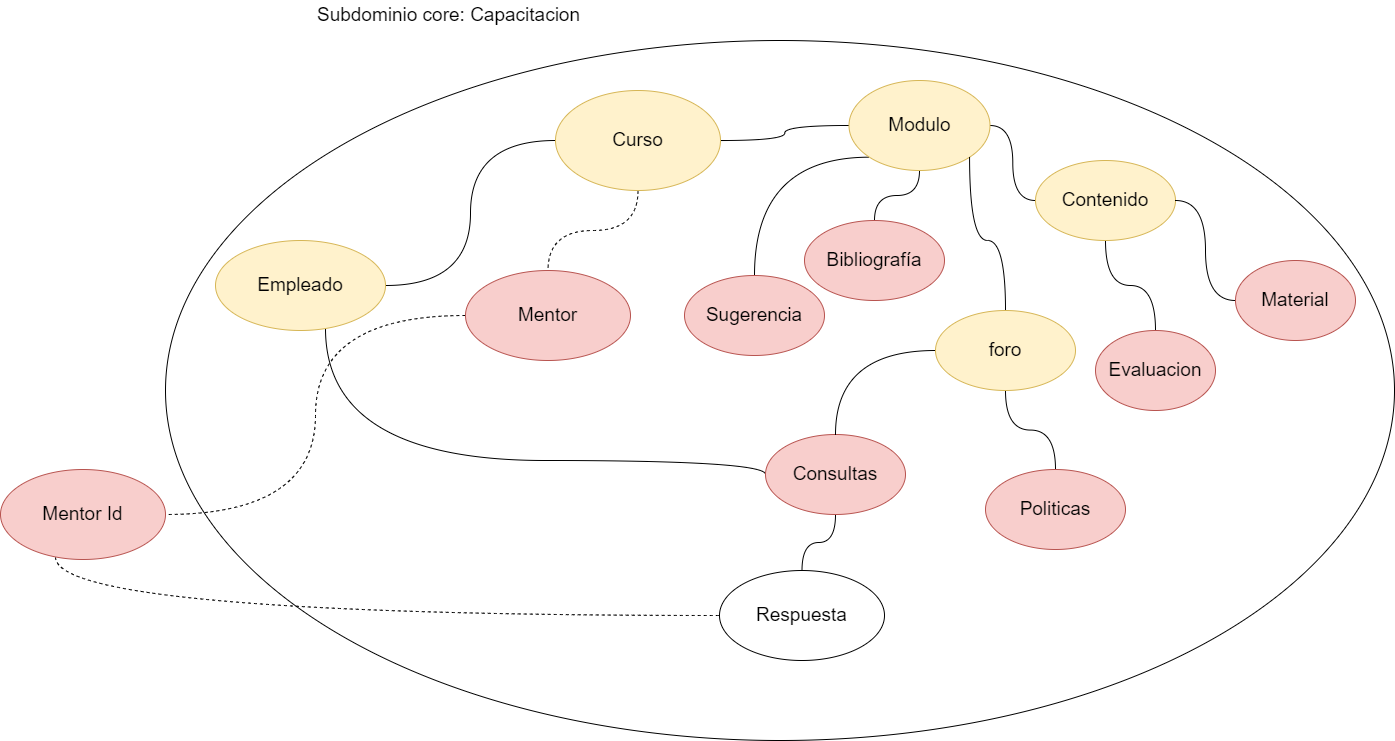
Before: diagramas/capitalhumano2.png, a diagram exported from draw.io (lechon1997/reto-final-ddd). Source tidied: cells renumbered, new cells last; positions are measured from the earlier drawing's top-left corner, leaving out a move shared by most shapes. Source of this version:
```xml
<mxGraphModel>
  <root>
    <mxCell id="0" />
    <mxCell id="1" parent="0" />
    <mxCell id="2" style="ellipse;whiteSpace=wrap;html=1;fontSize=19;" parent="1" vertex="1">
      <mxGeometry x="165" y="40" width="1229" height="700" as="geometry" />
    </mxCell>
    <mxCell id="3" value="Subdominio core: Capacitacion" style="text;html=1;align=center;verticalAlign=middle;strokeColor=none;fillColor=none;fontSize=19;" parent="1" vertex="1">
      <mxGeometry x="308" width="280" height="30" as="geometry" />
    </mxCell>
    <mxCell id="4" style="edgeStyle=orthogonalEdgeStyle;curved=1;rounded=0;jettySize=auto;html=1;entryX=1;entryY=0.5;entryDx=0;entryDy=0;dashed=1;endArrow=none;endFill=0;" parent="1" edge="1" source="5" target="31">
      <mxGeometry relative="1" as="geometry" />
    </mxCell>
    <mxCell id="5" value="Mentor" style="ellipse;whiteSpace=wrap;html=1;fontSize=19;fillColor=#f8cecc;strokeColor=#b85450;" parent="1" vertex="1">
      <mxGeometry x="465" y="270" width="165" height="90" as="geometry" />
    </mxCell>
    <mxCell id="6" style="edgeStyle=orthogonalEdgeStyle;curved=1;rounded=0;jettySize=auto;html=1;entryX=0;entryY=0.5;entryDx=0;entryDy=0;fontSize=19;endArrow=none;endFill=0;" parent="1" edge="1" source="8" target="12">
      <mxGeometry relative="1" as="geometry" />
    </mxCell>
    <mxCell id="7" style="edgeStyle=orthogonalEdgeStyle;curved=1;rounded=0;jettySize=auto;html=1;entryX=0;entryY=0.5;entryDx=0;entryDy=0;endArrow=none;endFill=0;" parent="1" edge="1" source="8" target="23">
      <mxGeometry relative="1" as="geometry">
        <Array as="points">
          <mxPoint x="325" y="460" />
        </Array>
      </mxGeometry>
    </mxCell>
    <mxCell id="8" value="Empleado" style="ellipse;whiteSpace=wrap;html=1;fontSize=19;fillColor=#fff2cc;strokeColor=#d6b656;" parent="1" vertex="1">
      <mxGeometry x="215" y="240" width="170" height="90" as="geometry" />
    </mxCell>
    <mxCell id="9" value="Contenido" style="ellipse;whiteSpace=wrap;html=1;fontSize=19;fillColor=#fff2cc;strokeColor=#d6b656;" parent="1" vertex="1">
      <mxGeometry x="1035" y="160" width="140" height="80" as="geometry" />
    </mxCell>
    <mxCell id="10" style="edgeStyle=orthogonalEdgeStyle;curved=1;rounded=0;jettySize=auto;html=1;dashed=1;endArrow=none;endFill=0;" parent="1" edge="1" source="12" target="5">
      <mxGeometry relative="1" as="geometry" />
    </mxCell>
    <mxCell id="11" style="edgeStyle=orthogonalEdgeStyle;curved=1;rounded=0;jettySize=auto;html=1;entryX=0;entryY=0.5;entryDx=0;entryDy=0;endArrow=none;endFill=0;" parent="1" edge="1" source="12" target="15">
      <mxGeometry relative="1" as="geometry" />
    </mxCell>
    <mxCell id="12" value="Curso" style="ellipse;whiteSpace=wrap;html=1;fontSize=19;fillColor=#fff2cc;strokeColor=#d6b656;" parent="1" vertex="1">
      <mxGeometry x="555" y="90" width="165" height="100" as="geometry" />
    </mxCell>
    <mxCell id="13" style="edgeStyle=orthogonalEdgeStyle;curved=1;rounded=0;jettySize=auto;html=1;endArrow=none;endFill=0;" parent="1" edge="1" source="15" target="9">
      <mxGeometry relative="1" as="geometry" />
    </mxCell>
    <mxCell id="14" style="edgeStyle=orthogonalEdgeStyle;curved=1;rounded=0;jettySize=auto;html=1;exitX=0;exitY=1;exitDx=0;exitDy=0;entryX=0.5;entryY=0;entryDx=0;entryDy=0;endArrow=none;endFill=0;" parent="1" edge="1" source="15" target="22">
      <mxGeometry relative="1" as="geometry" />
    </mxCell>
    <mxCell id="15" value="Modulo" style="ellipse;whiteSpace=wrap;html=1;fontSize=19;fillColor=#fff2cc;strokeColor=#d6b656;" parent="1" vertex="1">
      <mxGeometry x="848.5" y="80" width="141" height="90" as="geometry" />
    </mxCell>
    <mxCell id="16" style="edgeStyle=orthogonalEdgeStyle;curved=1;rounded=0;jettySize=auto;html=1;endArrow=none;endFill=0;" parent="1" edge="1" source="17" target="9">
      <mxGeometry relative="1" as="geometry" />
    </mxCell>
    <mxCell id="17" value="Evaluacion" style="ellipse;whiteSpace=wrap;html=1;fontSize=19;fillColor=#f8cecc;strokeColor=#b85450;" parent="1" vertex="1">
      <mxGeometry x="1095" y="330" width="120" height="80" as="geometry" />
    </mxCell>
    <mxCell id="18" style="edgeStyle=orthogonalEdgeStyle;curved=1;rounded=0;jettySize=auto;html=1;entryX=1;entryY=0.5;entryDx=0;entryDy=0;endArrow=none;endFill=0;" parent="1" edge="1" source="19" target="9">
      <mxGeometry relative="1" as="geometry" />
    </mxCell>
    <mxCell id="19" value="Material" style="ellipse;whiteSpace=wrap;html=1;fontSize=19;fillColor=#f8cecc;strokeColor=#b85450;" parent="1" vertex="1">
      <mxGeometry x="1235" y="260" width="120" height="80" as="geometry" />
    </mxCell>
    <mxCell id="20" style="edgeStyle=orthogonalEdgeStyle;curved=1;rounded=0;jettySize=auto;html=1;entryX=0.5;entryY=1;entryDx=0;entryDy=0;endArrow=none;endFill=0;" parent="1" edge="1" source="21" target="15">
      <mxGeometry relative="1" as="geometry" />
    </mxCell>
    <mxCell id="21" value="Bibliografía" style="ellipse;whiteSpace=wrap;html=1;fontSize=19;fillColor=#f8cecc;strokeColor=#b85450;" parent="1" vertex="1">
      <mxGeometry x="804" y="220" width="140" height="80" as="geometry" />
    </mxCell>
    <mxCell id="22" value="Sugerencia" style="ellipse;whiteSpace=wrap;html=1;fontSize=19;fillColor=#f8cecc;strokeColor=#b85450;" parent="1" vertex="1">
      <mxGeometry x="684" y="275" width="140" height="80" as="geometry" />
    </mxCell>
    <mxCell id="23" value="Consultas" style="ellipse;whiteSpace=wrap;html=1;fontSize=19;fillColor=#f8cecc;strokeColor=#b85450;" parent="1" vertex="1">
      <mxGeometry x="765" y="434" width="140" height="80" as="geometry" />
    </mxCell>
    <mxCell id="24" value="Respuesta" style="ellipse;whiteSpace=wrap;html=1;fontSize=19;" parent="1" vertex="1">
      <mxGeometry x="719" y="570" width="165" height="90" as="geometry" />
    </mxCell>
    <mxCell id="25" style="edgeStyle=orthogonalEdgeStyle;curved=1;rounded=0;jettySize=auto;html=1;entryX=0.5;entryY=0;entryDx=0;entryDy=0;endArrow=none;endFill=0;" parent="1" edge="1" source="29" target="23">
      <mxGeometry relative="1" as="geometry" />
    </mxCell>
    <mxCell id="26" style="edgeStyle=orthogonalEdgeStyle;curved=1;rounded=0;jettySize=auto;html=1;endArrow=none;endFill=0;exitX=0.5;exitY=1;exitDx=0;exitDy=0;" parent="1" edge="1" source="23" target="24">
      <mxGeometry relative="1" as="geometry" />
    </mxCell>
    <mxCell id="27" style="edgeStyle=orthogonalEdgeStyle;curved=1;rounded=0;jettySize=auto;html=1;entryX=1;entryY=1;entryDx=0;entryDy=0;endArrow=none;endFill=0;" parent="1" edge="1" source="29" target="15">
      <mxGeometry relative="1" as="geometry" />
    </mxCell>
    <mxCell id="28" style="edgeStyle=orthogonalEdgeStyle;curved=1;rounded=0;jettySize=auto;html=1;entryX=0.5;entryY=0;entryDx=0;entryDy=0;endArrow=none;endFill=0;" parent="1" edge="1" source="29" target="32">
      <mxGeometry relative="1" as="geometry" />
    </mxCell>
    <mxCell id="29" value="foro" style="ellipse;whiteSpace=wrap;html=1;fontSize=19;fillColor=#fff2cc;strokeColor=#d6b656;" parent="1" vertex="1">
      <mxGeometry x="935" y="310" width="140" height="80" as="geometry" />
    </mxCell>
    <mxCell id="30" style="edgeStyle=orthogonalEdgeStyle;curved=1;rounded=0;jettySize=auto;html=1;entryX=0;entryY=0.5;entryDx=0;entryDy=0;endArrow=none;endFill=0;dashed=1;" parent="1" edge="1" source="31" target="24">
      <mxGeometry relative="1" as="geometry">
        <Array as="points">
          <mxPoint x="55" y="615" />
        </Array>
      </mxGeometry>
    </mxCell>
    <mxCell id="31" value="Mentor Id" style="ellipse;whiteSpace=wrap;html=1;fontSize=19;fillColor=#f8cecc;strokeColor=#b85450;" parent="1" vertex="1">
      <mxGeometry y="469" width="165" height="90" as="geometry" />
    </mxCell>
    <mxCell id="32" value="Politicas" style="ellipse;whiteSpace=wrap;html=1;fontSize=19;fillColor=#f8cecc;strokeColor=#b85450;" parent="1" vertex="1">
      <mxGeometry x="985" y="469" width="140" height="80" as="geometry" />
    </mxCell>
  </root>
</mxGraphModel>
```
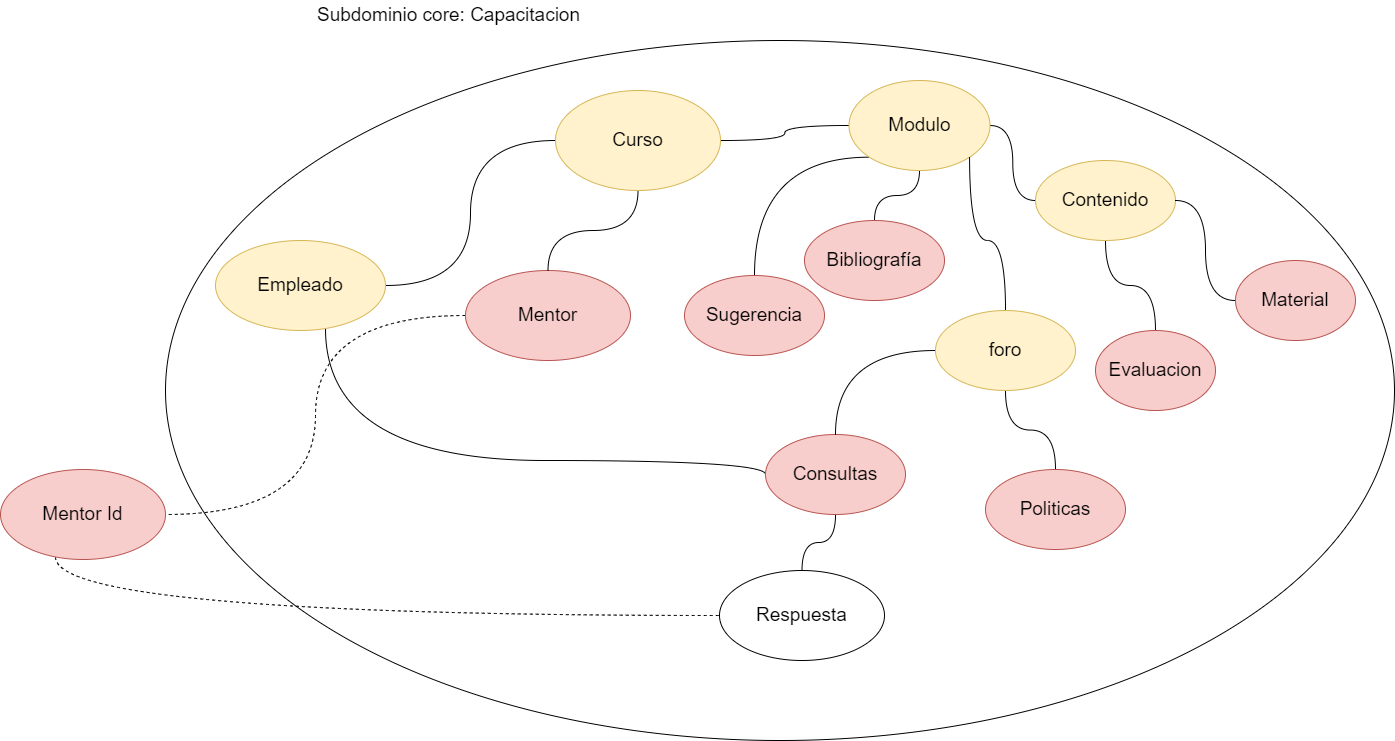
After the change.

Commit message:
correccion de diagramas

The edit, as a diff of the source:
```diff
@@ -30,7 +30,7 @@
     <mxCell id="9" value="Contenido" style="ellipse;whiteSpace=wrap;html=1;fontSize=19;fillColor=#fff2cc;strokeColor=#d6b656;" parent="1" vertex="1">
       <mxGeometry x="1035" y="160" width="140" height="80" as="geometry" />
     </mxCell>
-    <mxCell id="10" style="edgeStyle=orthogonalEdgeStyle;curved=1;rounded=0;jettySize=auto;html=1;dashed=1;endArrow=none;endFill=0;" parent="1" edge="1" source="12" target="5">
+    <mxCell id="10" style="edgeStyle=orthogonalEdgeStyle;curved=1;rounded=0;jettySize=auto;html=1;endArrow=none;endFill=0;" parent="1" edge="1" source="12" target="5">
       <mxGeometry relative="1" as="geometry" />
     </mxCell>
     <mxCell id="11" style="edgeStyle=orthogonalEdgeStyle;curved=1;rounded=0;jettySize=auto;html=1;entryX=0;entryY=0.5;entryDx=0;entryDy=0;endArrow=none;endFill=0;" parent="1" edge="1" source="12" target="15">
```
